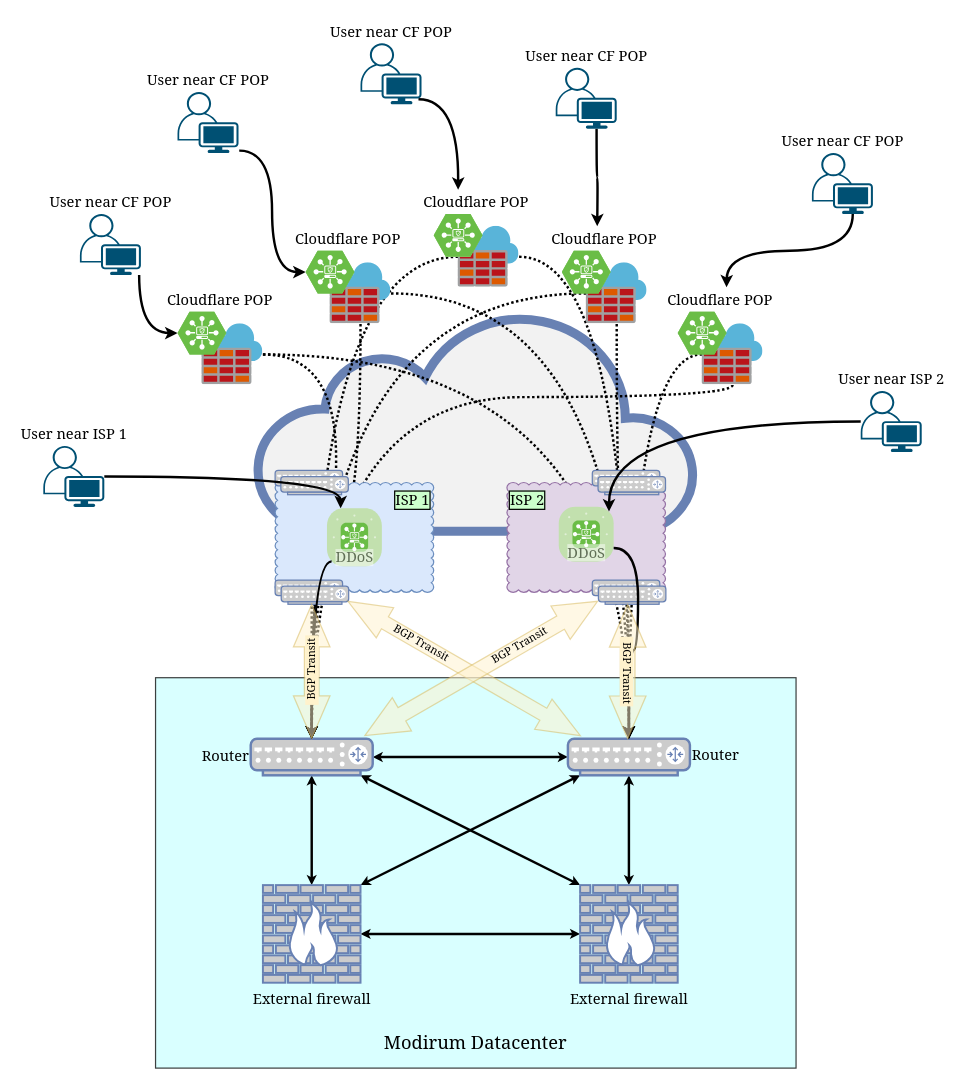
Before: Untitled Diagram.drawio in ltning/diagrams, a draw.io diagram. Source tidied: cells renumbered, new cells numbered last; positions are measured from the earlier drawing's top-left corner, leaving out a move shared by most shapes. Both pictures are drawn from the tidied source at 122%, with x=0, y=0 at pixel (43, 43).
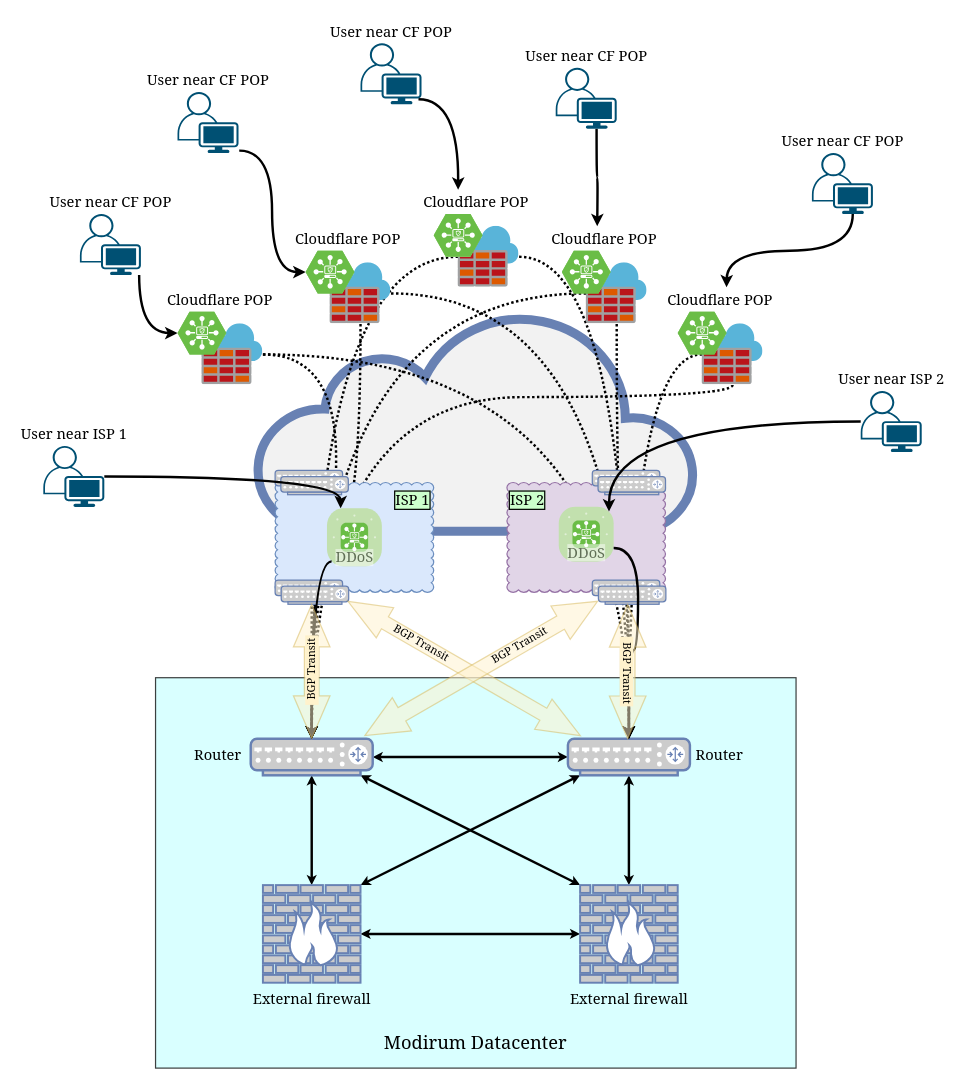
The same diagram, later.

What changed in the source:
```diff
@@
-    <mxCell id="9" value="Router" style="fontColor=#000000;verticalAlign=middle;verticalLabelPosition=middle;labelPosition=left;align=right;html=1;outlineConnect=0;fillColor=#CCCCCC;strokeColor=#6881B3;gradientColor=none;gradientDirection=north;strokeWidth=2;shape=mxgraph.networks.router;fontFamily=Georgia;" parent="1" vertex="1">
+    <mxCell id="9" value="Router&amp;nbsp;&amp;nbsp; " style="fontColor=#000000;verticalAlign=top;verticalLabelPosition=middle;labelPosition=left;align=right;html=1;outlineConnect=0;fillColor=#CCCCCC;strokeColor=#6881B3;gradientColor=none;gradientDirection=north;strokeWidth=2;shape=mxgraph.networks.router;fontFamily=Georgia;" parent="1" vertex="1">
       <mxGeometry x="170" y="570" width="100" height="30" as="geometry" />
     </mxCell>
@@
-    <mxCell id="12" value="Router" style="fontColor=#000000;verticalAlign=top;verticalLabelPosition=middle;labelPosition=right;align=left;html=1;outlineConnect=0;fillColor=#CCCCCC;strokeColor=#6881B3;gradientColor=none;gradientDirection=north;strokeWidth=2;shape=mxgraph.networks.router;labelBackgroundColor=none;fontFamily=Georgia;fontSize=12;" parent="1" vertex="1">
+    <mxCell id="12" value="&amp;nbsp;Router" style="fontColor=#000000;verticalAlign=top;verticalLabelPosition=middle;labelPosition=right;align=left;html=1;outlineConnect=0;fillColor=#CCCCCC;strokeColor=#6881B3;gradientColor=none;gradientDirection=north;strokeWidth=2;shape=mxgraph.networks.router;labelBackgroundColor=none;fontFamily=Georgia;fontSize=12;" parent="1" vertex="1">
       <mxGeometry x="430" y="570" width="100" height="30" as="geometry" />
     </mxCell>
```
